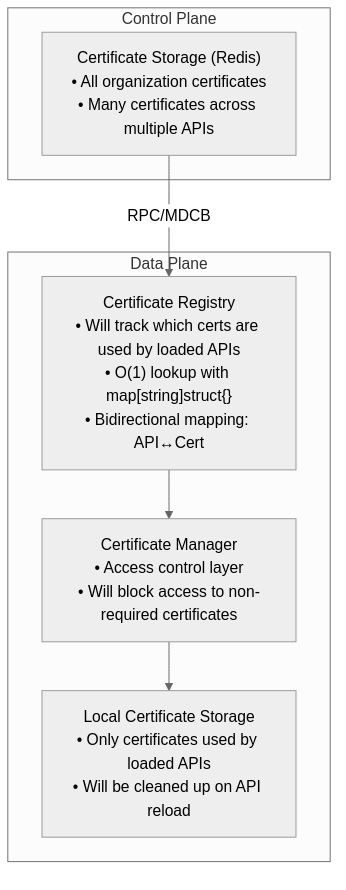
Above: docs/diagrams/proposed-architecture.png in TykTechnologies/tyk (Mermaid), before the change. Its source is kept beside it as docs/diagrams/proposed-architecture.mmd. Source of this version:
```mermaid
graph TB
    subgraph CP["Control Plane"]
        CS["Certificate Storage (Redis)<br/>• All organization certificates<br/>• Many certificates across multiple APIs"]
    end

    subgraph DP["Data Plane"]
        CR["Certificate Registry<br/>• Will track which certs are used by loaded APIs<br/>• O(1) lookup with map[string]struct{}<br/>• Bidirectional mapping: API↔Cert"]
        CM["Certificate Manager<br/>• Access control layer<br/>• Will block access to non-required certificates"]
        LCS["Local Certificate Storage<br/>• Only certificates used by loaded APIs<br/>• Will be cleaned up on API reload"]

        CR --> CM
        CM --> LCS
    end

    CS -->|"RPC/MDCB"| CR
```
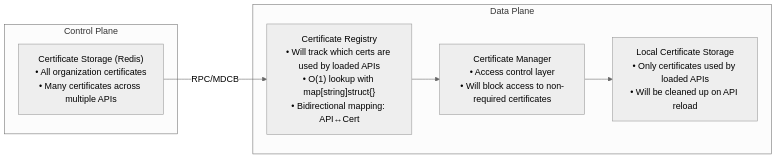
After the change.

Commit message:
Docs: improve proposed solution description and make architecture diagram horizontal

Diff of the diagram source:
```diff
@@ -1,4 +1,4 @@
-graph TB
+graph LR
     subgraph CP["Control Plane"]
         CS["Certificate Storage (Redis)<br/>• All organization certificates<br/>• Many certificates across multiple APIs"]
     end
```
